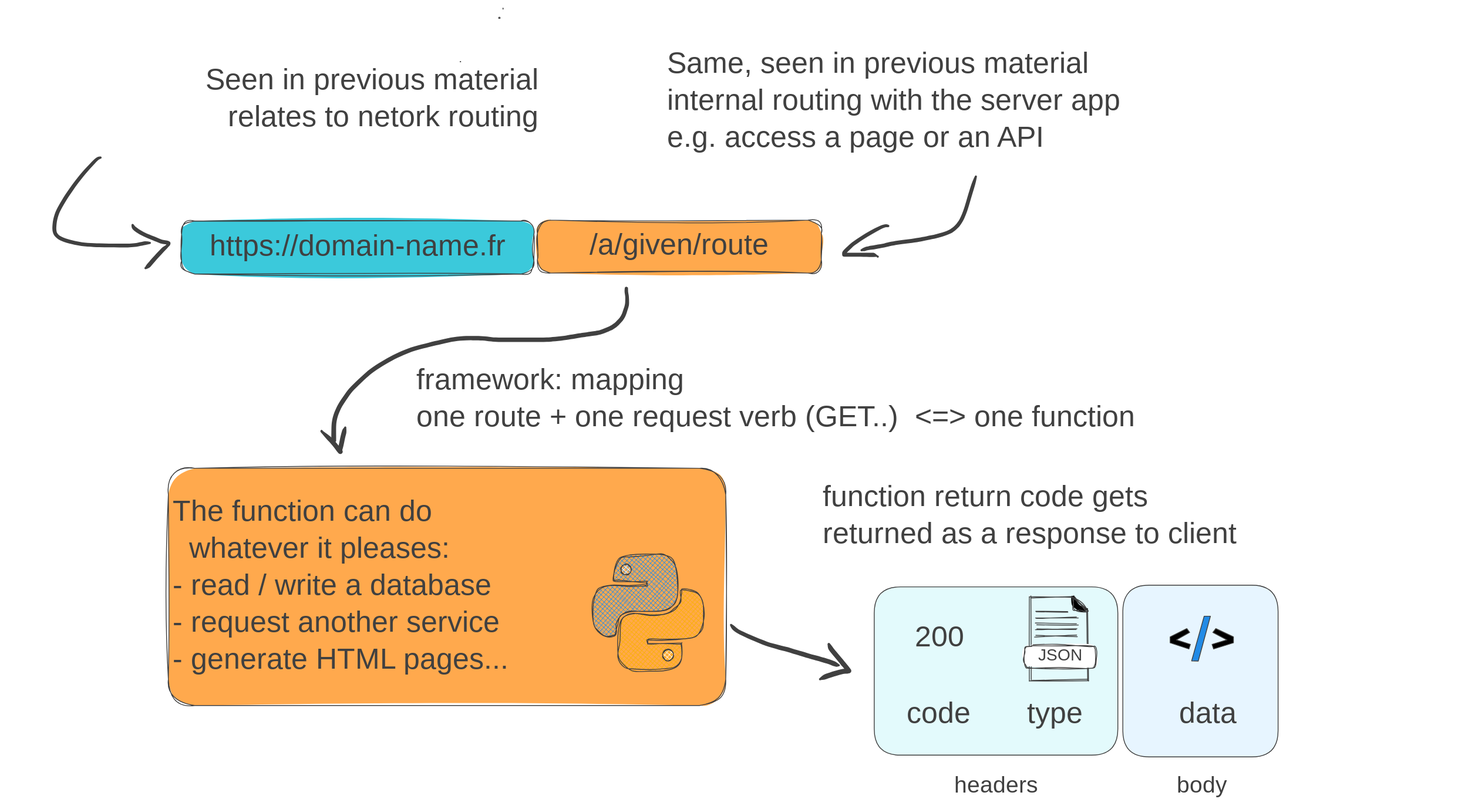
Earlier version of the Excalidraw export notebooks/media/framework-routes.excalidraw.svg (ue22-p25/backend). Source tidied: one line per element, renumbered; positions are measured from the earlier drawing's top-left corner, leaving out a move shared by most shapes.
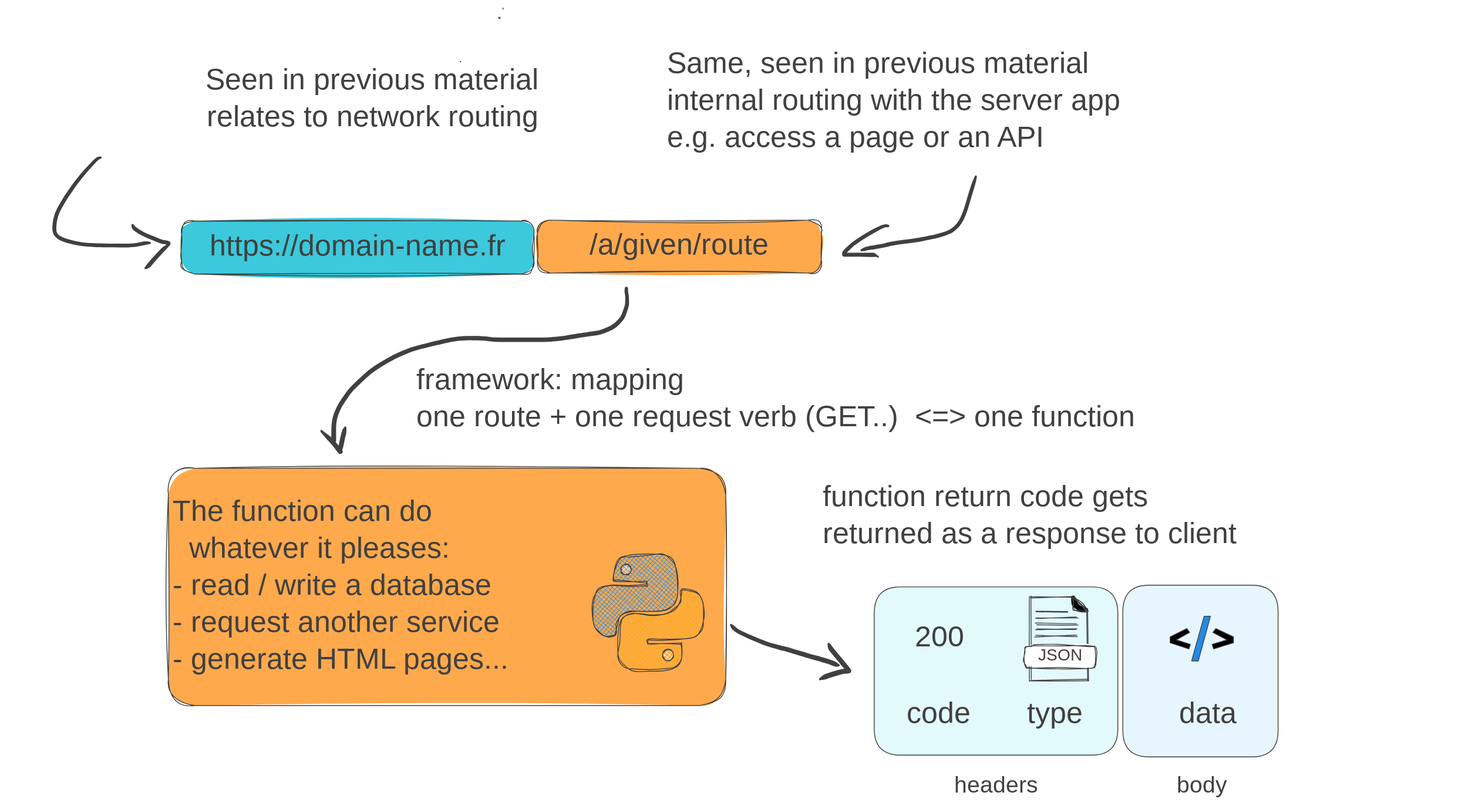
Later version of the same file.

What changed in the source:
```diff
@@ -7,7 +7,7 @@
 {"id": 6, "type": "rectangle", "strokeColor": "#404040", "backgroundColor": "#ffffff", "fillStyle": "solid", "strokeWidth": 1, "roughness": 0, "round": true, "x": 602, "y": 0, "width": 0, "height": 1}
 {"id": 7, "type": "rectangle", "strokeColor": "#404040", "backgroundColor": "#ffa94d", "fillStyle": "solid", "strokeWidth": 1, "roughness": 2, "round": true, "x": 644, "y": 258, "width": 345, "height": 64}
 {"id": 8, "type": "text", "text": "/a/given/route", "strokeColor": "#404040", "backgroundColor": "#ffffff", "fillStyle": "solid", "strokeWidth": 1, "roughness": 0, "fontSize": 36, "fontFamily": 5, "textAlign": "center", "verticalAlign": "middle", "inside": 7, "x": 687, "y": 268, "width": 259, "height": 45}
-{"id": 9, "type": "text", "text": "Seen in previous material\nrelates to netork routing", "strokeColor": "#404040", "backgroundColor": "#ffa94d", "fillStyle": "solid", "strokeWidth": 1, "roughness": 2, "fontSize": 36, "fontFamily": 5, "textAlign": "right", "x": 0, "y": 67, "width": 645, "height": 90}
+{"id": 9, "type": "text", "text": "Seen in previous material\nrelates to network routing", "strokeColor": "#404040", "backgroundColor": "#ffa94d", "fillStyle": "solid", "strokeWidth": 1, "roughness": 2, "fontSize": 36, "fontFamily": 5, "textAlign": "right", "x": 0, "y": 67, "width": 645, "height": 90}
 {"id": 10, "type": "text", "text": "Same, seen in previous material\ninternal routing with the server app\ne.g. access a page or an API", "strokeColor": "#404040", "backgroundColor": "#ffa94d", "fillStyle": "solid", "strokeWidth": 1, "roughness": 2, "fontSize": 36, "fontFamily": 5, "x": 802, "y": 47, "width": 952, "height": 135}
 {"id": 11, "type": "text", "text": "framework: mapping\none route + one request verb (GET..)  <=> one function", "strokeColor": "#404040", "backgroundColor": "#ffa94d", "fillStyle": "solid", "strokeWidth": 1, "roughness": 2, "fontSize": 36, "fontFamily": 5, "x": 497, "y": 432, "width": 996, "height": 90}
 {"id": 12, "type": "rectangle", "strokeColor": "#404040", "backgroundColor": "#ffa94d", "fillStyle": "solid", "strokeWidth": 1, "roughness": 2, "round": true, "x": 195, "y": 560, "width": 678, "height": 289}
```
